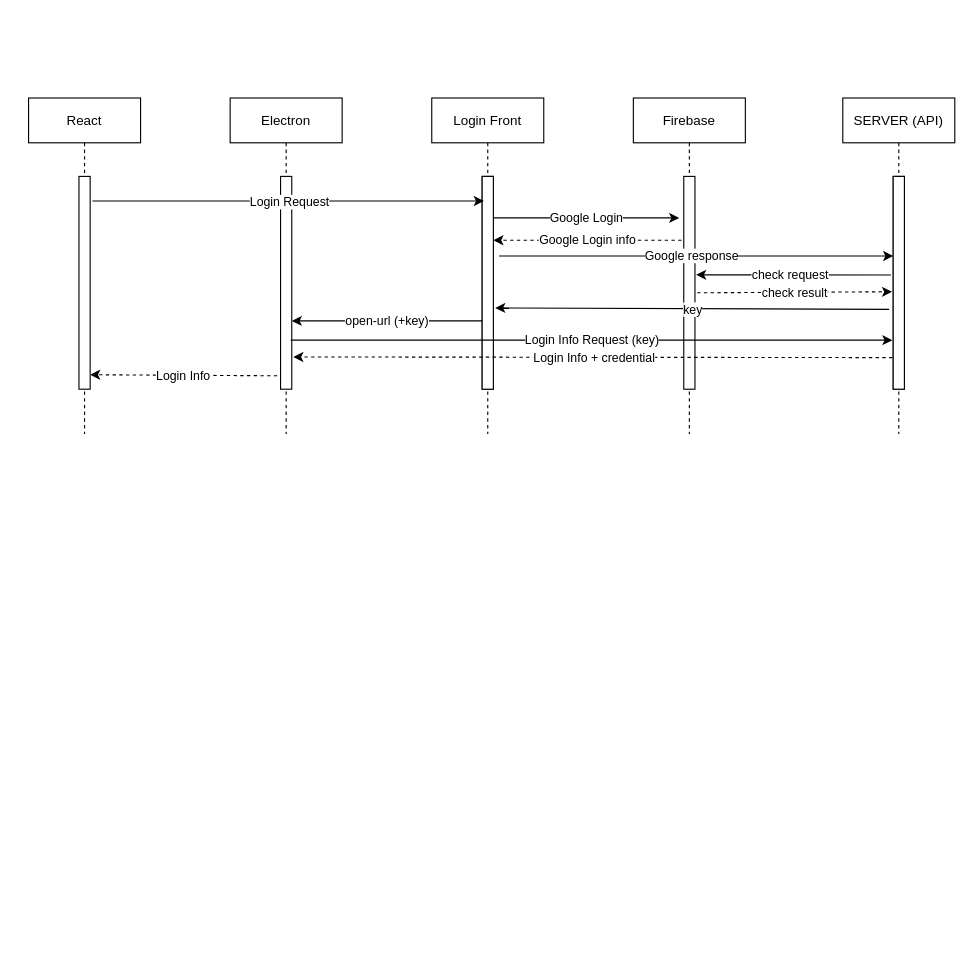
dev-hikun/save-draw-io keeps this draw.io diagram as PMS-login-process/Untitled Diagram.drawio. Above is the earlier version. Source tidied: cells renumbered, new cells numbered last; positions are measured from the earlier drawing's top-left corner, leaving out a move shared by most shapes. Both pictures are drawn from the tidied source at 112%, with x=0, y=0 at pixel (28, 97).
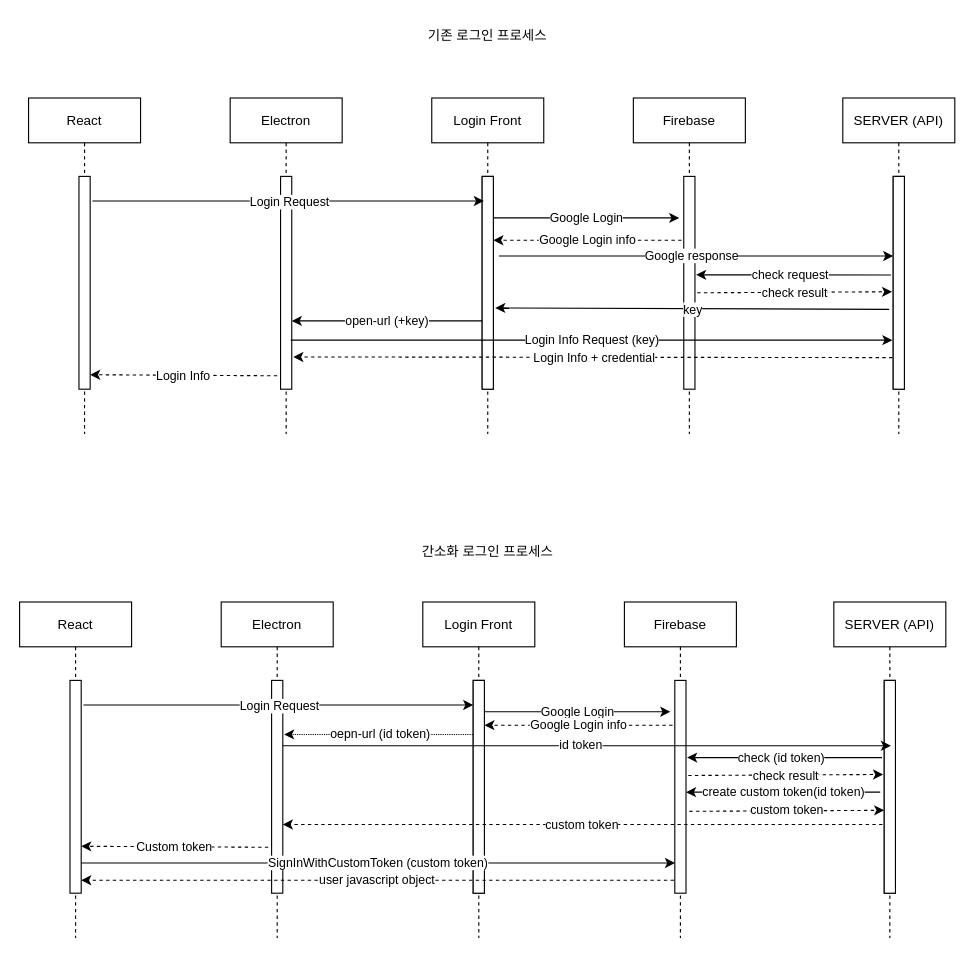
Above is the later version.

Commit message:
pms login process.drawio

What changed in the source:
```diff
@@
+    <mxCell id="29" value="기존 로그인 프로세스" style="text;html=1;strokeColor=none;fillColor=none;align=center;verticalAlign=middle;whiteSpace=wrap;rounded=0;" parent="1" vertex="1">
+      <mxGeometry x="350" y="-70" width="120" height="30" as="geometry" />
+    </mxCell>
+    <mxCell id="30" value="Custom token" style="rounded=0;orthogonalLoop=1;jettySize=auto;html=1;entryX=1;entryY=0.932;entryDx=0;entryDy=0;entryPerimeter=0;exitX=-0.3;exitY=0.937;exitDx=0;exitDy=0;exitPerimeter=0;dashed=1;" parent="1" edge="1">
+      <mxGeometry relative="1" as="geometry">
+        <mxPoint x="214" y="669" as="sourcePoint" />
+        <mxPoint x="47" y="668.1" as="targetPoint" />
+      </mxGeometry>
+    </mxCell>
+    <mxCell id="31" value="Electron" style="shape=umlLifeline;perimeter=lifelinePerimeter;rounded=0;shadow=0;strokeWidth=1;" parent="1" vertex="1">
+      <mxGeometry x="172" y="450" width="100" height="300" as="geometry" />
+    </mxCell>
+    <mxCell id="32" style="points=[];perimeter=orthogonalPerimeter;rounded=0;shadow=0;strokeWidth=1;" parent="31" vertex="1">
+      <mxGeometry x="45" y="70" width="10" height="190" as="geometry" />
+    </mxCell>
+    <mxCell id="33" value="Login Front" style="shape=umlLifeline;perimeter=lifelinePerimeter;rounded=0;shadow=0;strokeWidth=1;" parent="1" vertex="1">
+      <mxGeometry x="352" y="450" width="100" height="300" as="geometry" />
+    </mxCell>
+    <mxCell id="34" style="perimeter=orthogonalPerimeter;rounded=0;shadow=0;strokeWidth=1;" parent="33" vertex="1">
+      <mxGeometry x="45" y="70" width="10" height="190" as="geometry" />
+    </mxCell>
+    <mxCell id="35" style="points=[];perimeter=orthogonalPerimeter;rounded=0;shadow=0;strokeWidth=1;" parent="33" vertex="1">
+      <mxGeometry x="45" y="70" width="10" height="190" as="geometry" />
+    </mxCell>
+    <mxCell id="36" value="Firebase" style="shape=umlLifeline;perimeter=lifelinePerimeter;rounded=0;shadow=0;strokeWidth=1;" parent="1" vertex="1">
+      <mxGeometry x="532" y="450" width="100" height="300" as="geometry" />
+    </mxCell>
+    <mxCell id="37" style="points=[];perimeter=orthogonalPerimeter;rounded=0;shadow=0;strokeWidth=1;" parent="36" vertex="1">
+      <mxGeometry x="45" y="70" width="10" height="190" as="geometry" />
+    </mxCell>
+    <mxCell id="38" value="Google Login" style="rounded=0;orthogonalLoop=1;jettySize=auto;html=1;entryX=-0.4;entryY=0.195;entryDx=0;entryDy=0;entryPerimeter=0;" parent="1" edge="1">
+      <mxGeometry relative="1" as="geometry">
+        <mxPoint x="407" y="548" as="sourcePoint" />
+        <mxPoint x="573" y="548" as="targetPoint" />
+      </mxGeometry>
+    </mxCell>
+    <mxCell id="39" value="SERVER (API)" style="shape=umlLifeline;perimeter=lifelinePerimeter;rounded=0;shadow=0;strokeWidth=1;" parent="1" vertex="1">
+      <mxGeometry x="719" y="450" width="100" height="300" as="geometry" />
+    </mxCell>
+    <mxCell id="40" style="perimeter=orthogonalPerimeter;rounded=0;shadow=0;strokeWidth=1;" parent="39" vertex="1">
+      <mxGeometry x="45" y="70" width="10" height="190" as="geometry" />
+    </mxCell>
+    <mxCell id="41" style="points=[];perimeter=orthogonalPerimeter;rounded=0;shadow=0;strokeWidth=1;" parent="39" vertex="1">
+      <mxGeometry x="45" y="70" width="10" height="190" as="geometry" />
+    </mxCell>
+    <mxCell id="42" style="endArrow=classic;html=1;fontColor=#FF0808;exitX=1.2;exitY=0.158;exitDx=0;exitDy=0;exitPerimeter=0;" parent="1" edge="1" target="35">
+      <mxGeometry relative="1" as="geometry">
+        <mxPoint x="49" y="542" as="sourcePoint" />
+      </mxGeometry>
+    </mxCell>
+    <mxCell id="43" value="Login Request" style="edgeLabel;html=1;align=center;verticalAlign=middle;" parent="42" vertex="1">
+      <mxGeometry relative="1" as="geometry" />
+    </mxCell>
+    <mxCell id="44" value="oepn-url (id token)" style="rounded=0;jettySize=auto;html=1;exitX=-0.029;exitY=0.254;exitDx=0;exitDy=0;exitPerimeter=0;entryX=1.114;entryY=0.254;entryDx=0;entryDy=0;entryPerimeter=0;dashed=1;dashPattern=1 1;" parent="1" edge="1" source="35" target="32">
+      <mxGeometry x="-0.02" relative="1" as="geometry" />
+    </mxCell>
+    <mxCell id="45" value="Google Login info" style="rounded=0;orthogonalLoop=1;jettySize=auto;html=1;dashed=1;exitX=-0.2;exitY=0.342;exitDx=0;exitDy=0;exitPerimeter=0;" parent="1" edge="1">
+      <mxGeometry relative="1" as="geometry">
+        <mxPoint x="575" y="560" as="sourcePoint" />
+        <mxPoint x="407" y="560" as="targetPoint" />
+      </mxGeometry>
+    </mxCell>
+    <mxCell id="46" value="check (id token)" style="rounded=0;orthogonalLoop=1;jettySize=auto;html=1;entryX=1.1;entryY=0.526;entryDx=0;entryDy=0;entryPerimeter=0;" parent="1" edge="1">
+      <mxGeometry x="0.03" relative="1" as="geometry">
+        <mxPoint x="762" y="589" as="sourcePoint" />
+        <mxPoint x="588" y="588.9" as="targetPoint" />
+      </mxGeometry>
+    </mxCell>
+    <mxCell id="47" value="&lt;font color=&quot;#000000&quot;&gt;custom token&lt;/font&gt;" style="endArrow=classic;html=1;fontColor=#FF0808;exitX=-0.157;exitY=0.688;exitDx=0;exitDy=0;exitPerimeter=0;dashed=1;" parent="1" edge="1">
+      <mxGeometry relative="1" as="geometry">
+        <mxPoint x="762.4" y="648.7" as="sourcePoint" />
+        <mxPoint x="227" y="648.7" as="targetPoint" />
+      </mxGeometry>
+    </mxCell>
+    <mxCell id="48" value="React" style="shape=umlLifeline;perimeter=lifelinePerimeter;rounded=0;shadow=0;strokeWidth=1;" parent="1" vertex="1">
+      <mxGeometry x="-8" y="450" width="100" height="300" as="geometry" />
+    </mxCell>
+    <mxCell id="49" style="points=[];perimeter=orthogonalPerimeter;rounded=0;shadow=0;strokeWidth=1;" parent="48" vertex="1">
+      <mxGeometry x="45" y="70" width="10" height="190" as="geometry" />
+    </mxCell>
+    <mxCell id="50" style="endArrow=classic;html=1;dashed=1;exitX=1.2;exitY=0.547;exitDx=0;exitDy=0;exitPerimeter=0;" parent="1" edge="1">
+      <mxGeometry relative="1" as="geometry">
+        <mxPoint x="589" y="604.9" as="sourcePoint" />
+        <mxPoint x="763" y="604" as="targetPoint" />
+      </mxGeometry>
+    </mxCell>
+    <mxCell id="51" value="check result" style="edgeLabel;html=1;align=center;verticalAlign=middle;" parent="50" vertex="1">
+      <mxGeometry relative="1" as="geometry" />
+    </mxCell>
+    <mxCell id="52" style="endArrow=classic;html=1;exitX=-0.362;exitY=0.625;exitDx=0;exitDy=0;exitPerimeter=0;" parent="1" edge="1">
+      <mxGeometry relative="1" as="geometry">
+        <mxPoint x="760.4" y="619.8" as="sourcePoint" />
+        <mxPoint x="587" y="619.8" as="targetPoint" />
+      </mxGeometry>
+    </mxCell>
+    <mxCell id="53" value="create custom token(id token)" style="edgeLabel;html=1;align=center;verticalAlign=middle;" parent="52" vertex="1">
+      <mxGeometry relative="1" as="geometry" />
+    </mxCell>
+    <mxCell id="54" value="간소화 로그인 프로세스" style="text;html=1;strokeColor=none;fillColor=none;align=center;verticalAlign=middle;whiteSpace=wrap;rounded=0;" parent="1" vertex="1">
+      <mxGeometry x="350" y="390" width="120" height="30" as="geometry" />
+    </mxCell>
+    <mxCell id="55" style="endArrow=classic;html=1;dashed=1;exitX=1.2;exitY=0.547;exitDx=0;exitDy=0;exitPerimeter=0;" parent="1" edge="1">
+      <mxGeometry relative="1" as="geometry">
+        <mxPoint x="590" y="636.9" as="sourcePoint" />
+        <mxPoint x="764" y="636" as="targetPoint" />
+      </mxGeometry>
+    </mxCell>
+    <mxCell id="56" value="custom token" style="edgeLabel;html=1;align=center;verticalAlign=middle;" parent="55" vertex="1">
+      <mxGeometry relative="1" as="geometry">
+        <mxPoint y="-1" as="offset" />
+      </mxGeometry>
+    </mxCell>
+    <mxCell id="57" value="id token" style="rounded=0;jettySize=auto;html=1;entryX=0.6;entryY=0.307;entryDx=0;entryDy=0;entryPerimeter=0;" parent="1" edge="1" source="32" target="41">
+      <mxGeometry x="-0.02" relative="1" as="geometry" />
+    </mxCell>
+    <mxCell id="58" value="SignInWithCustomToken (custom token)" style="rounded=0;jettySize=auto;html=1;entryX=0.019;entryY=0.858;entryDx=0;entryDy=0;entryPerimeter=0;" parent="1" edge="1" source="49" target="37">
+      <mxGeometry relative="1" as="geometry" />
+    </mxCell>
+    <mxCell id="59" value="user javascript object" style="rounded=0;jettySize=auto;html=1;exitX=-0.076;exitY=0.939;exitDx=0;exitDy=0;exitPerimeter=0;dashed=1;" parent="1" edge="1" source="37" target="49">
+      <mxGeometry relative="1" as="geometry" />
+    </mxCell>
```
